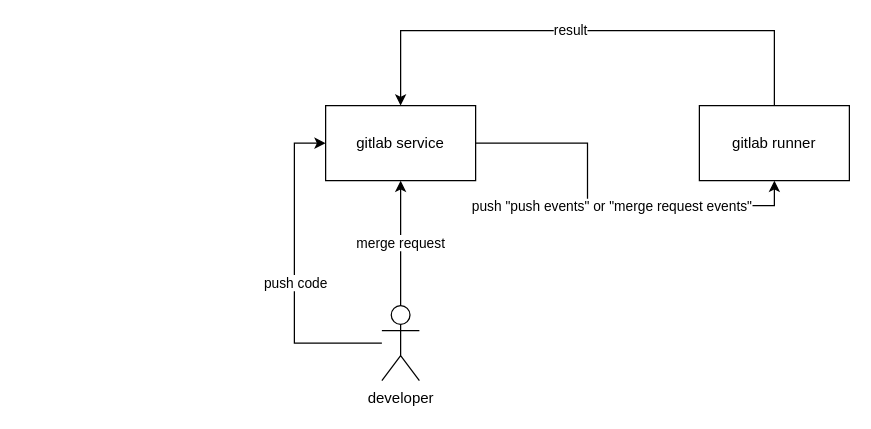
Before: source/_drafts/invest-web-dev-flow/ivnest_web_work_flow.drawio in EvanHongYousan/blog, a draw.io diagram. Source tidied: cells renumbered, new cells numbered last; positions are measured from the earlier drawing's top-left corner, leaving out a move shared by most shapes. Both pictures are drawn from the tidied source at 125%, with x=0, y=0 at pixel (294, 30).
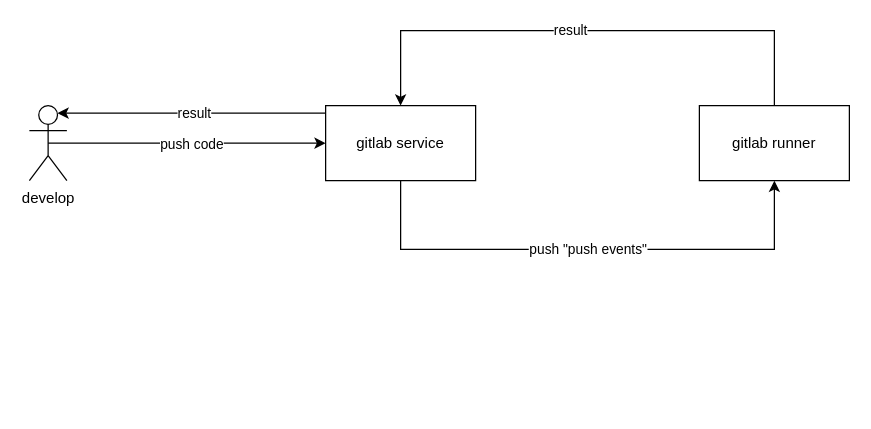
Above is the later version.

Commit message:
update invest web work flow

The edit, as a diff of the source:
```diff
@@
 <mxGraphModel>
   <root>
     <mxCell id="0" />
     <mxCell id="1" parent="0" />
-    <mxCell id="2" style="edgeStyle=orthogonalEdgeStyle;rounded=0;jettySize=auto;html=1;entryX=0;entryY=0.5;entryDx=0;entryDy=0;" parent="1" edge="1" source="5" target="8">
-      <mxGeometry relative="1" as="geometry">
-        <Array as="points">
-          <mxPoint y="250" />
-          <mxPoint y="90" />
-        </Array>
-      </mxGeometry>
+    <mxCell id="2" style="rounded=0;jettySize=auto;html=1;entryX=0;entryY=0.5;entryDx=0;entryDy=0;exitX=0.5;exitY=0.5;exitDx=0;exitDy=0;exitPerimeter=0;" parent="1" edge="1" source="14" target="8">
+      <mxGeometry relative="1" as="geometry" />
     </mxCell>
     <mxCell id="3" value="push code" style="edgeLabel;html=1;align=center;verticalAlign=middle;" parent="2" vertex="1">
-      <mxGeometry x="-0.07" relative="1" as="geometry" />
+      <mxGeometry x="0.22" y="1" relative="1" as="geometry">
+        <mxPoint x="-21" y="1" as="offset" />
+      </mxGeometry>
     </mxCell>
-    <mxCell id="4" value="merge request" style="edgeStyle=orthogonalEdgeStyle;rounded=0;jettySize=auto;html=1;entryX=0.5;entryY=1;entryDx=0;entryDy=0;" parent="1" edge="1" source="5" target="8">
-      <mxGeometry relative="1" as="geometry" />
-    </mxCell>
-    <mxCell id="5" value="developer" style="shape=umlActor;verticalLabelPosition=bottom;verticalAlign=top;html=1;outlineConnect=0;" parent="1" vertex="1">
-      <mxGeometry x="70" y="220" width="30" height="60" as="geometry" />
-    </mxCell>
-    <mxCell id="6" style="edgeStyle=orthogonalEdgeStyle;rounded=0;jettySize=auto;html=1;entryX=0.5;entryY=1;entryDx=0;entryDy=0;" parent="1" edge="1" source="8" target="11">
-      <mxGeometry relative="1" as="geometry" />
+    <mxCell id="6" value="push &quot;push events&quot;" style="edgeStyle=orthogonalEdgeStyle;rounded=0;jettySize=auto;html=1;entryX=0.5;entryY=1;entryDx=0;entryDy=0;" parent="1" edge="1" source="8" target="11">
+      <mxGeometry relative="1" as="geometry">
+        <Array as="points">
+          <mxPoint x="85" y="175" />
+          <mxPoint x="384" y="175" />
+        </Array>
+      </mxGeometry>
     </mxCell>
-    <mxCell id="7" value="push &quot;push events&quot; or &quot;merge request events&quot;" style="edgeLabel;html=1;align=center;verticalAlign=middle;" parent="6" vertex="1">
-      <mxGeometry x="0.02" relative="1" as="geometry" />
-    </mxCell>
+    <mxCell id="12" style="edgeStyle=orthogonalEdgeStyle;rounded=0;jettySize=auto;html=1;entryX=0.75;entryY=0.1;entryDx=0;entryDy=0;entryPerimeter=0;" parent="1" edge="1" source="8" target="14">
+      <mxGeometry relative="1" as="geometry">
+        <Array as="points">
+          <mxPoint x="8" y="66" />
+          <mxPoint x="8" y="66" />
+        </Array>
+      </mxGeometry>
+    </mxCell>
+    <mxCell id="13" value="result" style="edgeLabel;html=1;align=center;verticalAlign=middle;" parent="12" vertex="1">
+      <mxGeometry x="-0.01" y="-1" relative="1" as="geometry" />
+    </mxCell>
     <mxCell id="8" value="gitlab service" style="rounded=0;whiteSpace=wrap;html=1;" parent="1" vertex="1">
       <mxGeometry x="25" y="60" width="120" height="60" as="geometry" />
     </mxCell>
     <mxCell id="9" style="edgeStyle=orthogonalEdgeStyle;rounded=0;jettySize=auto;html=1;entryX=0.5;entryY=0;entryDx=0;entryDy=0;" parent="1" edge="1" source="11" target="8">
       <mxGeometry relative="1" as="geometry">
         <Array as="points">
           <mxPoint x="384" />
           <mxPoint x="85" />
         </Array>
       </mxGeometry>
     </mxCell>
     <mxCell id="10" value="result" style="edgeLabel;html=1;align=center;verticalAlign=middle;" parent="9" vertex="1">
       <mxGeometry x="0.07" y="-1" relative="1" as="geometry" />
     </mxCell>
     <mxCell id="11" value="gitlab runner" style="rounded=0;whiteSpace=wrap;html=1;" parent="1" vertex="1">
       <mxGeometry x="324" y="60" width="120" height="60" as="geometry" />
     </mxCell>
+    <mxCell id="14" value="develop" style="shape=umlActor;verticalLabelPosition=bottom;verticalAlign=top;html=1;outlineConnect=0;" parent="1" vertex="1">
+      <mxGeometry x="-212" y="60" width="30" height="60" as="geometry" />
+    </mxCell>
   </root>
 </mxGraphModel>
```
